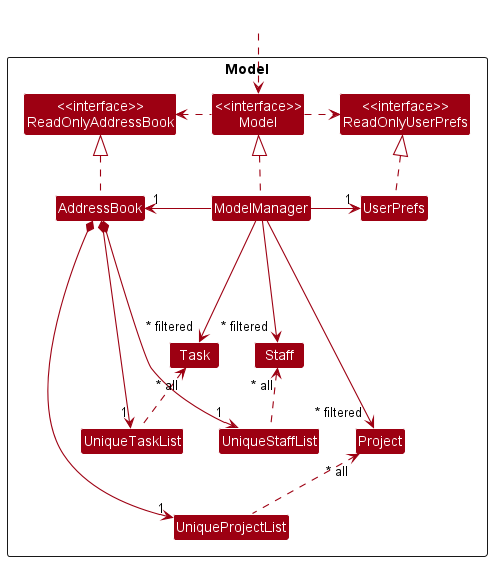
Earlier version of the PlantUML export docs/images/ModelClassDiagram.png (nus-cs2103-AY2223S1/tp).
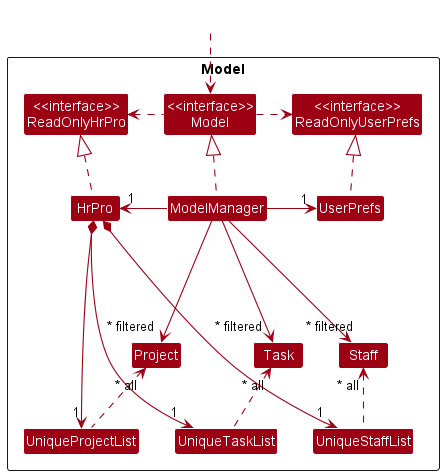
Later version of the same file.

Commit message:
Add class diagrams and sequence diagrams for DG

What changed in the source:
```diff
@@ -5,10 +5,10 @@
 skinparam classBackgroundColor MODEL_COLOR
 
 Package Model <<Rectangle>>{
-Class "<<interface>>\nReadOnlyAddressBook" as ReadOnlyAddressBook
+Class "<<interface>>\nReadOnlyHrPro" as ReadOnlyHrPro
 Class "<<interface>>\nReadOnlyUserPrefs" as ReadOnlyUserPrefs
 Class "<<interface>>\nModel" as Model
-Class AddressBook
+Class HrPro
 Class ModelManager
 Class UserPrefs
 
@@ -26,25 +26,26 @@
 Class HiddenOutside #FFFFFF
 HiddenOutside ..> Model
 
-AddressBook .up.|> ReadOnlyAddressBook
+HrPro .up.|> ReadOnlyHrPro
 
 ModelManager .up.|> Model
 Model .right.> ReadOnlyUserPrefs
-Model .left.> ReadOnlyAddressBook
-ModelManager -left-> "1" AddressBook
+Model .left.> ReadOnlyHrPro
+ModelManager -left-> "1" HrPro
 ModelManager -right-> "1" UserPrefs
 UserPrefs .up.|> ReadOnlyUserPrefs
 
-ModelManager ---->"~* filtered" Project
+ModelManager ---> "~* filtered" Staff
 ModelManager --->"~* filtered" Task
+ModelManager --->"~* filtered" Project
 
-AddressBook *--> "1" UniqueProjectList
-UniqueProjectList .up.> "~* all" Project
-AddressBook *--> "1" UniqueStaffList
+HrPro *--> "1" UniqueStaffList
 UniqueStaffList .up.> "~* all" Staff
-ModelManager ---> "~* filtered" Staff
 
-AddressBook *--> "1" UniqueTaskList
+HrPro *--> "1" UniqueTaskList
 UniqueTaskList .up.> "~* all" Task
 
+HrPro *--> "1" UniqueProjectList
+UniqueProjectList .up.> "~* all" Project
+
 @enduml
```
